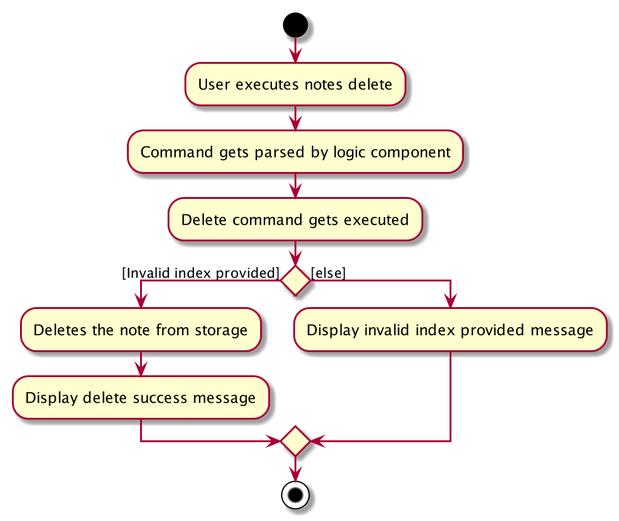
Before: docs/images/developerguide/notes/NotesDeleteActivityDiagram.png, a diagram exported from PlantUML (tingalinga/main). Its diagram source:
```plantuml
@startuml
start
:User executes notes delete;
:Command gets parsed by logic component;
:Delete command gets executed;



if () then ([Invalid index provided])
    :Deletes the note from storage;
    :Display delete success message;

else ([else])
        :Display invalid index provided message;

endif
stop
@enduml
```
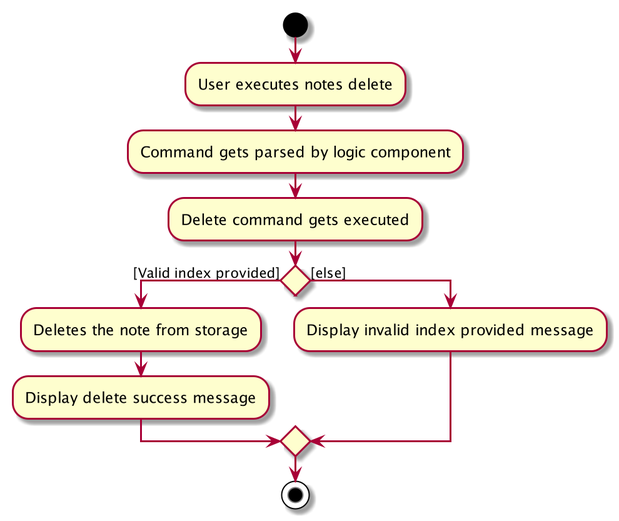
The same file after the commit.

Diff of the diagram source:
```diff
@@ -6,7 +6,7 @@
 
 
 
-if () then ([Invalid index provided])
+if () then ([Valid index provided])
     :Deletes the note from storage;
     :Display delete success message;
 
```
